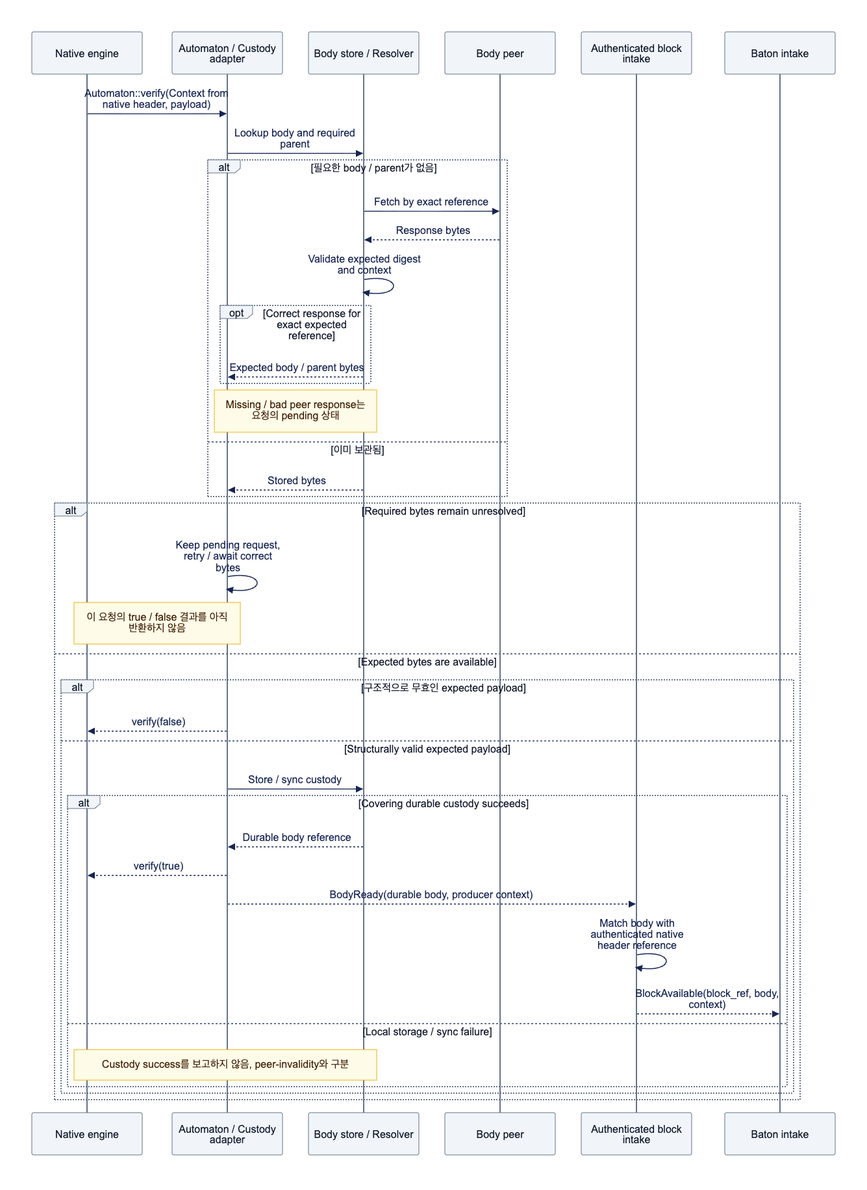
Earlier version of the Mermaid export assets/diagrams/diagram-05.png (djm07073/baton-research). Its source is kept beside it as assets/diagrams/diagram-05.mmd.
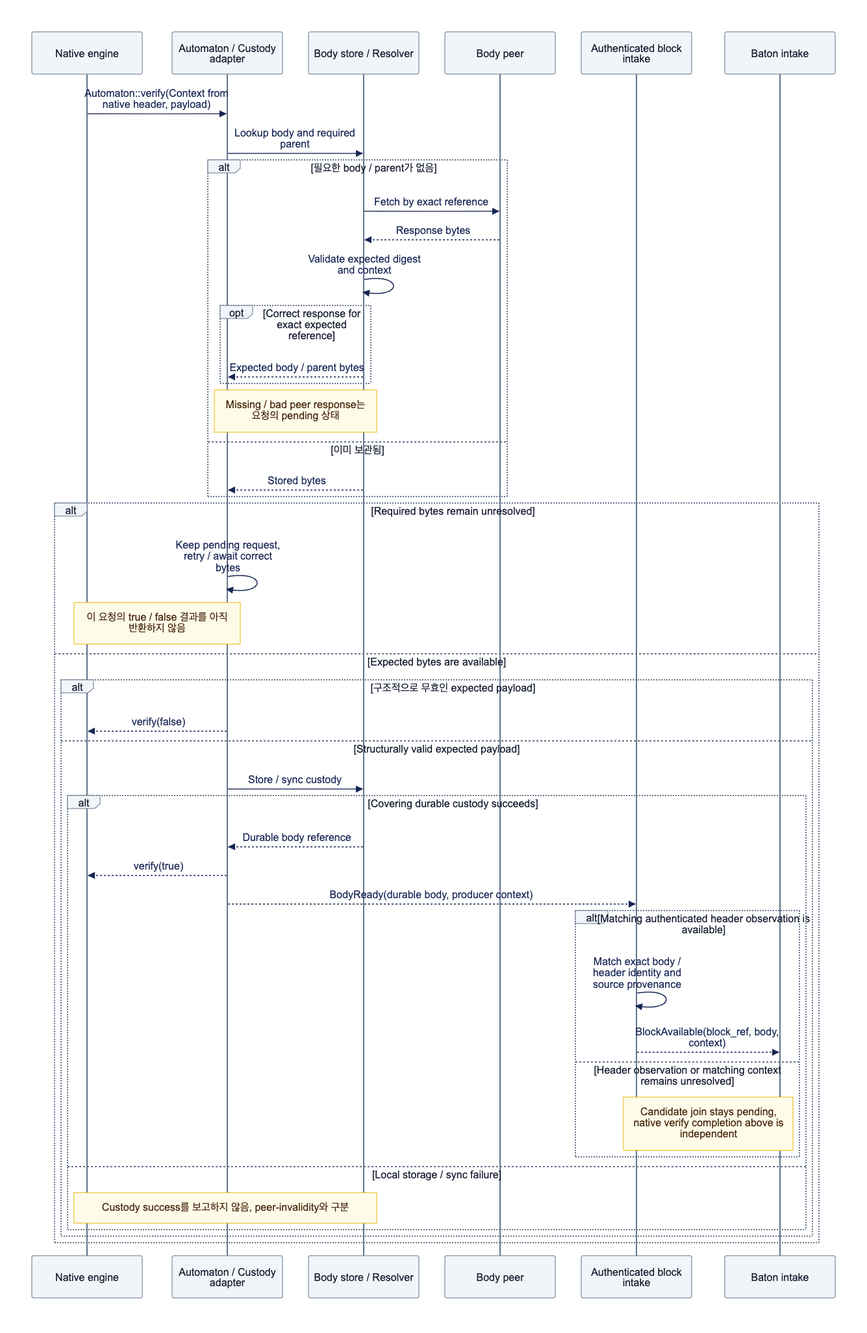
Above is the later version.

The edit, as a diff of the source:
```diff
@@ -30,8 +30,12 @@
                 S-->>A: Durable body reference
                 A-->>N: verify(true)
                 A-->>I: BodyReady(durable body, producer context)
-                I->>I: Match body with authenticated native header reference
-                I-->>B: BlockAvailable(block_ref, body, context)
+                alt Matching authenticated header observation is available
+                    I->>I: Match exact body / header identity and source provenance
+                    I-->>B: BlockAvailable(block_ref, body, context)
+                else Header observation or matching context remains unresolved
+                    Note over I,B: Candidate join stays pending, native verify completion above is independent
+                end
             else Local storage / sync failure
                 Note over N,S: Custody success를 보고하지 않음, peer-invalidity와 구분
             end
```
